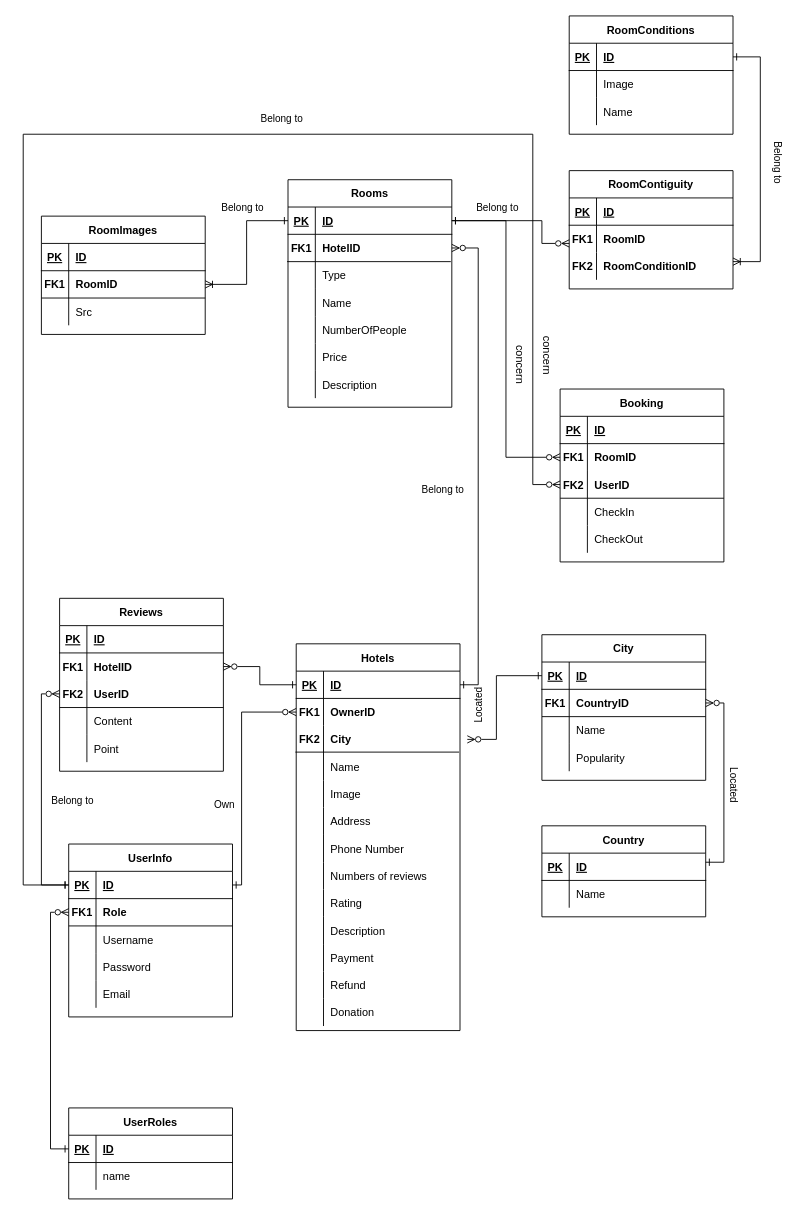
This is documentation/datalogical_diagram.drawio from semwett0301/booking-java-back, a draw.io file, before an edit. Source tidied: cells renumbered, new cells numbered last; positions are measured from the earlier drawing's top-left corner, leaving out a move shared by most shapes. Both pictures are drawn from the tidied source at 91%, with x=0, y=0 at pixel (23, 15).
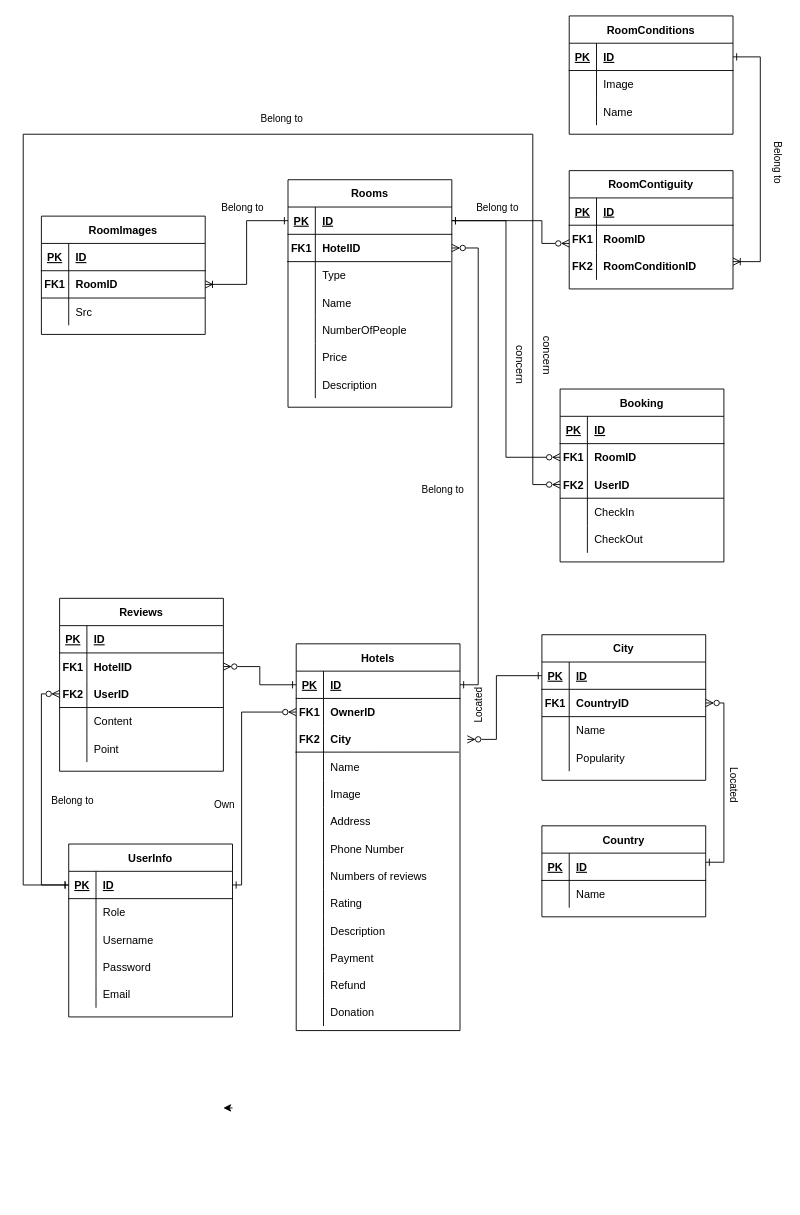
The same page after the edit.

The change refers to these unchanged cells:
```xml
<mxCell id="47" style="shape=tableRow;horizontal=0;startSize=0;swimlaneHead=0;swimlaneBody=0;fillColor=none;points=[[0,0.5],[1,0.5]];portConstraint=eastwest;top=0;left=0;right=0;bottom=0;" parent="43" vertex="1">
  <mxGeometry y="60" width="180" height="30" as="geometry" />
</mxCell>
```

Change to the diagram source:
```diff
@@
-    <mxCell id="48" value="FK1" style="shape=partialRectangle;fillColor=none;top=0;left=0;bottom=0;right=0;overflow=hidden;fontStyle=1;" parent="47" vertex="1">
+    <mxCell id="48" style="shape=partialRectangle;fillColor=none;top=0;left=0;bottom=0;right=0;overflow=hidden;fontStyle=1;" parent="47" vertex="1">
       <mxGeometry width="30" height="30" as="geometry" />
     </mxCell>
-    <mxCell id="49" value="Role" style="shape=partialRectangle;fillColor=none;top=0;left=0;bottom=0;right=0;align=left;spacingLeft=6;overflow=hidden;fontStyle=1;" parent="47" vertex="1">
+    <mxCell id="49" value="Role" style="shape=partialRectangle;fillColor=none;top=0;left=0;bottom=0;right=0;align=left;spacingLeft=6;overflow=hidden;fontStyle=0;" parent="47" vertex="1">
       <mxGeometry x="30" width="150" height="30" as="geometry" />
     </mxCell>
@@
-    <mxCell id="194" value="UserRoles" style="shape=table;startSize=30;childLayout=tableLayout;rowLines=0;fontStyle=1;align=center;" parent="1" vertex="1">
-      <mxGeometry x="50" y="1200" width="180" height="100" as="geometry" />
-    </mxCell>
-    <mxCell id="195" style="shape=tableRow;horizontal=0;startSize=0;swimlaneHead=0;swimlaneBody=0;fillColor=none;points=[[0,0.5],[1,0.5]];portConstraint=eastwest;top=0;left=0;right=0;bottom=1;" parent="194" vertex="1">
-      <mxGeometry y="30" width="180" height="30" as="geometry" />
-    </mxCell>
-    <mxCell id="196" value="PK" style="shape=partialRectangle;fillColor=none;top=0;left=0;bottom=0;right=0;fontStyle=5;overflow=hidden;" parent="195" vertex="1">
-      <mxGeometry width="30" height="30" as="geometry" />
-    </mxCell>
-    <mxCell id="197" value="ID" style="shape=partialRectangle;fillColor=none;top=0;left=0;bottom=0;right=0;align=left;spacingLeft=6;fontStyle=5;overflow=hidden;" parent="195" vertex="1">
-      <mxGeometry x="30" width="150" height="30" as="geometry" />
-    </mxCell>
-    <mxCell id="198" style="shape=tableRow;horizontal=0;startSize=0;swimlaneHead=0;swimlaneBody=0;fillColor=none;top=0;left=0;right=0;bottom=0;" parent="194" vertex="1">
-      <mxGeometry y="60" width="180" height="30" as="geometry" />
-    </mxCell>
-    <mxCell id="199" style="shape=partialRectangle;fillColor=none;top=0;left=0;bottom=0;right=0;overflow=hidden;" parent="198" vertex="1">
-      <mxGeometry width="30" height="30" as="geometry" />
-    </mxCell>
-    <mxCell id="200" value="name" style="shape=partialRectangle;fillColor=none;top=0;left=0;bottom=0;right=0;align=left;spacingLeft=6;overflow=hidden;" parent="198" vertex="1">
-      <mxGeometry x="30" width="150" height="30" as="geometry" />
-    </mxCell>
-    <mxCell id="201" style="endArrow=none;html=1;rounded=0;exitX=0.036;exitY=0.891;exitDx=0;exitDy=0;exitPerimeter=0;entryX=0.954;entryY=0.804;entryDx=0;entryDy=0;entryPerimeter=0;" parent="1" edge="1">
-      <mxGeometry relative="1" as="geometry">
-        <mxPoint x="50.1" y="1000" as="sourcePoint" />
-        <mxPoint x="230" y="1000" as="targetPoint" />
-      </mxGeometry>
-    </mxCell>
-    <mxCell id="202" style="edgeStyle=orthogonalEdgeStyle;rounded=0;jettySize=auto;html=1;entryX=0;entryY=0.5;entryDx=0;entryDy=0;startArrow=ERone;startFill=0;endArrow=ERzeroToMany;endFill=0;exitX=0;exitY=0.5;exitDx=0;exitDy=0;" parent="1" edge="1" source="195" target="47">
-      <mxGeometry relative="1" as="geometry" />
-    </mxCell>
+    <mxCell id="203" style="edgeStyle=orthogonalEdgeStyle;rounded=0;orthogonalLoop=1;jettySize=auto;html=1;exitX=1;exitY=0;exitDx=0;exitDy=0;entryX=0.944;entryY=0;entryDx=0;entryDy=0;entryPerimeter=0;" parent="1" edge="1">
+      <mxGeometry relative="1" as="geometry">
+        <mxPoint x="230" y="1200" as="sourcePoint" />
+        <mxPoint x="219.9" y="1200" as="targetPoint" />
+      </mxGeometry>
+    </mxCell>
```
